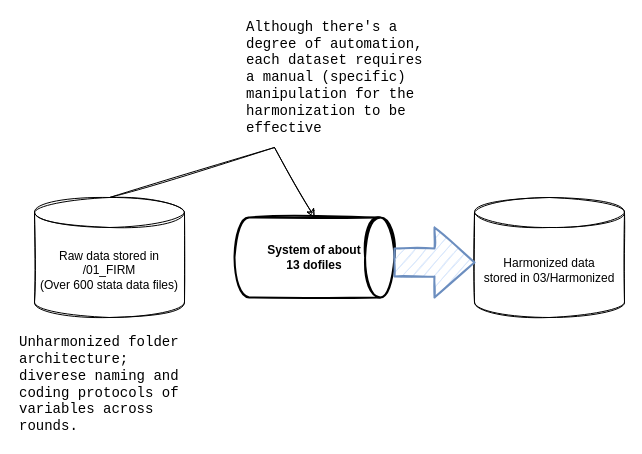
This is report/Untitled Diagram.drawio from araupontones/MLS_concept, a draw.io file, before an edit. Source tidied: cells renumbered, new cells numbered last; positions are measured from the earlier drawing's top-left corner, leaving out a move shared by most shapes. Both pictures are drawn from the tidied source at 100%, with x=0, y=0 at pixel (16, 17).
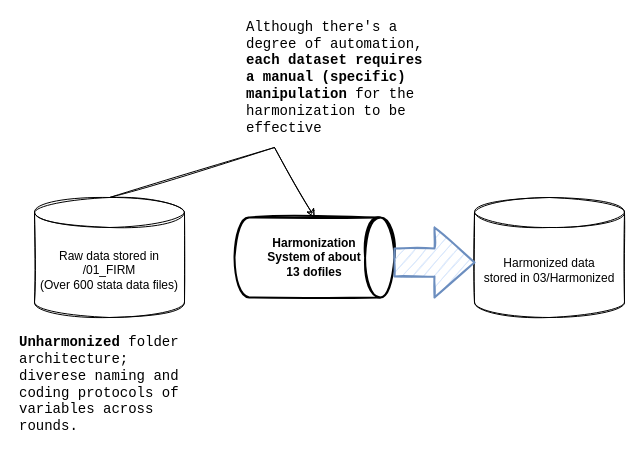
After the change.

The edit, as a diff of the source:
```diff
@@
 <mxGraphModel>
   <root>
     <mxCell id="0" />
     <mxCell id="1" parent="0" />
-    <mxCell id="2" value="System of about &lt;br&gt;13 dofiles" style="strokeWidth=2;html=1;shape=mxgraph.flowchart.direct_data;align=center;sketch=1;verticalAlign=middle;whiteSpace=wrap;fontStyle=1;" parent="1" vertex="1">
+    <mxCell id="2" value="Harmonization&lt;br&gt;System of about &lt;br&gt;13 dofiles" style="strokeWidth=2;html=1;shape=mxgraph.flowchart.direct_data;align=center;sketch=1;verticalAlign=middle;whiteSpace=wrap;fontStyle=1;" parent="1" vertex="1">
       <mxGeometry x="218" y="200" width="160" height="80" as="geometry" />
     </mxCell>
     <mxCell id="3" style="endArrow=classic;html=1;rounded=0;exitX=0.5;exitY=0;exitDx=0;exitDy=0;exitPerimeter=0;entryX=0.5;entryY=0;entryDx=0;entryDy=0;entryPerimeter=0;sketch=1;" parent="1" edge="1" source="4" target="2">
       <mxGeometry relative="1" as="geometry">
         <Array as="points">
           <mxPoint x="258" y="130" />
         </Array>
       </mxGeometry>
     </mxCell>
     <mxCell id="4" value="Raw data stored in /01_FIRM&lt;br&gt;(Over 600 stata data files)" style="shape=cylinder3;whiteSpace=wrap;html=1;boundedLbl=1;backgroundOutline=1;size=15;sketch=1;" parent="1" vertex="1">
       <mxGeometry x="18" y="180" width="150" height="120" as="geometry" />
     </mxCell>
-    <mxCell id="5" value="Unharmonized folder architecture; diverese naming and coding protocols of variables across rounds." style="text;html=1;strokeColor=none;fillColor=none;align=left;verticalAlign=middle;whiteSpace=wrap;rounded=0;sketch=1;fontFamily=Courier New;fontSize=14;" parent="1" vertex="1">
+    <mxCell id="5" value="&lt;b&gt;Unharmonized&lt;/b&gt; folder architecture; diverese naming and coding protocols of variables across rounds." style="text;html=1;strokeColor=none;fillColor=none;align=left;verticalAlign=middle;whiteSpace=wrap;rounded=0;sketch=1;fontFamily=Courier New;fontSize=14;" parent="1" vertex="1">
       <mxGeometry x="0.5" y="314" width="185" height="106" as="geometry" />
     </mxCell>
     <mxCell id="6" value="Harmonized data&lt;br&gt;stored in 03/Harmonized" style="shape=cylinder3;whiteSpace=wrap;html=1;boundedLbl=1;backgroundOutline=1;size=15;sketch=1;" parent="1" vertex="1">
       <mxGeometry x="458" y="180" width="150" height="120" as="geometry" />
     </mxCell>
     <mxCell id="7" style="verticalLabelPosition=bottom;verticalAlign=top;html=1;strokeWidth=2;shape=mxgraph.arrows2.arrow;dy=0.6;dx=40;notch=0;labelBackgroundColor=#D5E8D4;fillColor=#dae8fc;strokeColor=#6c8ebf;sketch=1;" parent="1" vertex="1">
       <mxGeometry x="378" y="210" width="80" height="70" as="geometry" />
     </mxCell>
-    <mxCell id="8" value="Although there's a degree of automation, each dataset requires a manual (specific) manipulation for the harmonization to be effective" style="text;html=1;strokeColor=none;fillColor=none;align=left;verticalAlign=middle;whiteSpace=wrap;rounded=0;sketch=1;fontFamily=Courier New;fontSize=14;" parent="1" vertex="1">
+    <mxCell id="8" value="Although there's a degree of automation, &lt;b&gt;each dataset requires a manual (specific) manipulation&lt;/b&gt; for the harmonization to be effective" style="text;html=1;strokeColor=none;fillColor=none;align=left;verticalAlign=middle;whiteSpace=wrap;rounded=0;sketch=1;fontFamily=Courier New;fontSize=14;" parent="1" vertex="1">
       <mxGeometry x="228" width="190" height="120" as="geometry" />
     </mxCell>
   </root>
 </mxGraphModel>
```
